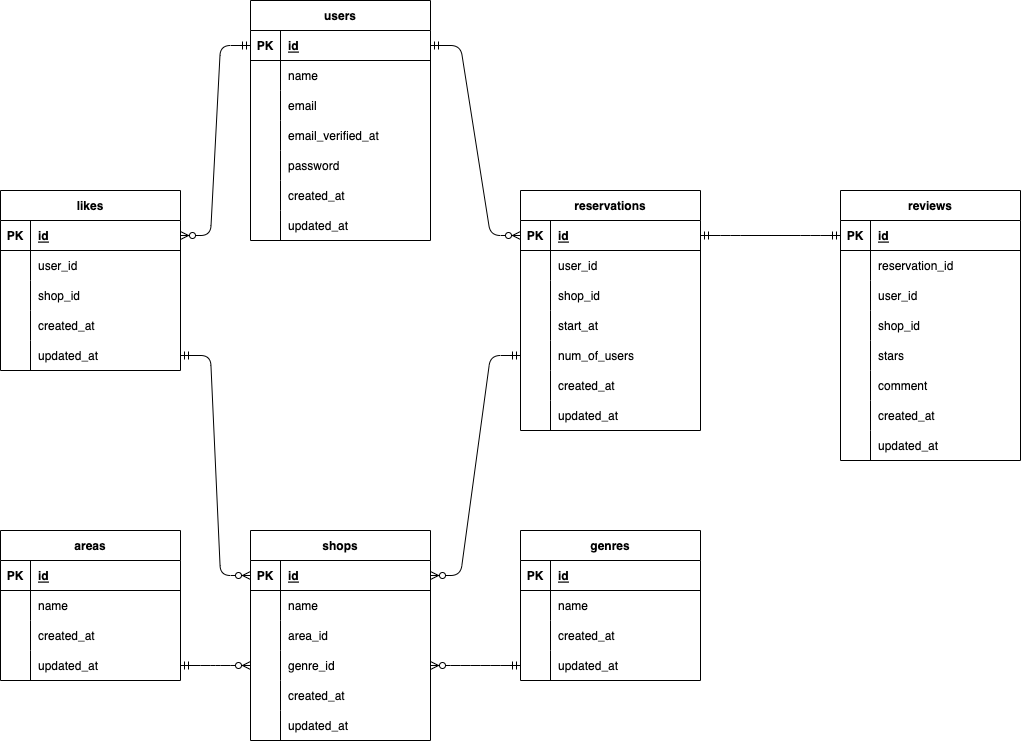
Above: advance-term-project.drawio.png in ameji1077/advance-term-project (draw.io), before the change. Source tidied: cells renumbered, new cells last; positions are measured from the earlier drawing's top-left corner, leaving out a move shared by most shapes.
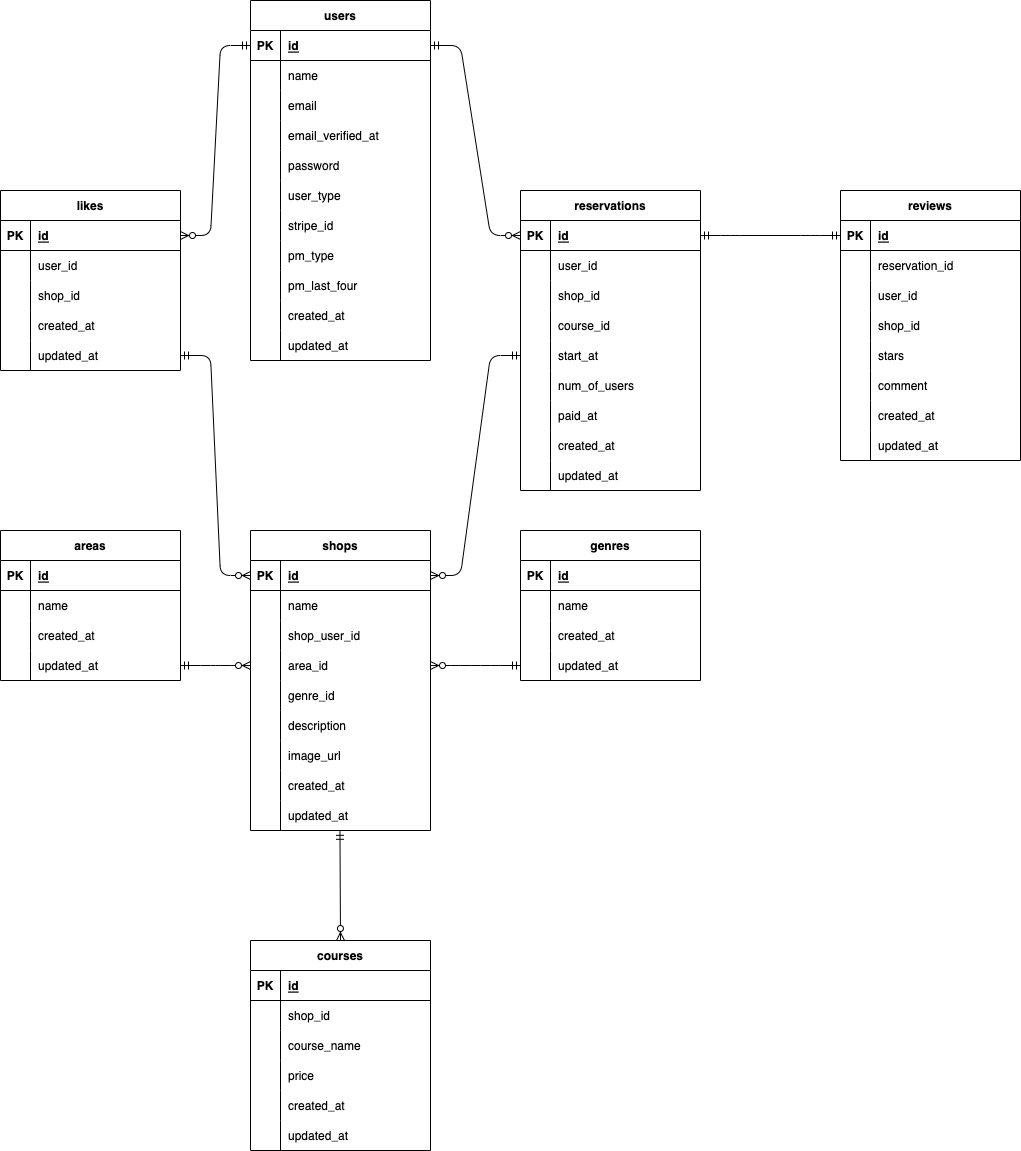
Above is the later version.

The edit, as a diff of the source:
```diff
@@ -53,3 +53,3 @@
     <mxCell id="18" value="users" style="shape=table;startSize=30;rowLines=0;fontStyle=1;align=center;" parent="1" vertex="1">
-      <mxGeometry x="250" width="180" height="240" as="geometry" />
+      <mxGeometry x="250" width="180" height="360" as="geometry" />
     </mxCell>
@@ -106,3 +106,3 @@
     </mxCell>
-    <mxCell id="36" value="created_at" style="shape=partialRectangle;fillColor=none;top=0;left=0;bottom=0;right=0;align=left;spacingLeft=6;overflow=hidden;" parent="34" vertex="1">
+    <mxCell id="36" value="user_type" style="shape=partialRectangle;fillColor=none;top=0;left=0;bottom=0;right=0;align=left;spacingLeft=6;overflow=hidden;" parent="34" vertex="1">
       <mxGeometry x="30" width="150" height="30" as="geometry" />
@@ -115,7 +115,43 @@
     </mxCell>
-    <mxCell id="39" value="updated_at" style="shape=partialRectangle;fillColor=none;top=0;left=0;bottom=0;right=0;align=left;spacingLeft=6;overflow=hidden;" parent="37" vertex="1">
+    <mxCell id="39" value="stripe_id" style="shape=partialRectangle;fillColor=none;top=0;left=0;bottom=0;right=0;align=left;spacingLeft=6;overflow=hidden;" parent="37" vertex="1">
       <mxGeometry x="30" width="150" height="30" as="geometry" />
     </mxCell>
+    <mxCell id="139" style="shape=tableRow;horizontal=0;startSize=0;swimlaneHead=0;swimlaneBody=0;fillColor=none;top=0;left=0;right=0;bottom=0;" parent="18" vertex="1">
+      <mxGeometry y="240" width="180" height="30" as="geometry" />
+    </mxCell>
+    <mxCell id="140" style="shape=partialRectangle;fillColor=none;top=0;left=0;bottom=0;right=0;overflow=hidden;" parent="139" vertex="1">
+      <mxGeometry width="30" height="30" as="geometry" />
+    </mxCell>
+    <mxCell id="141" value="pm_type" style="shape=partialRectangle;fillColor=none;top=0;left=0;bottom=0;right=0;align=left;spacingLeft=6;overflow=hidden;" parent="139" vertex="1">
+      <mxGeometry x="30" width="150" height="30" as="geometry" />
+    </mxCell>
+    <mxCell id="142" style="shape=tableRow;horizontal=0;startSize=0;swimlaneHead=0;swimlaneBody=0;fillColor=none;top=0;left=0;right=0;bottom=0;" parent="18" vertex="1">
+      <mxGeometry y="270" width="180" height="30" as="geometry" />
+    </mxCell>
+    <mxCell id="143" style="shape=partialRectangle;fillColor=none;top=0;left=0;bottom=0;right=0;overflow=hidden;" parent="142" vertex="1">
+      <mxGeometry width="30" height="30" as="geometry" />
+    </mxCell>
+    <mxCell id="144" value="pm_last_four" style="shape=partialRectangle;fillColor=none;top=0;left=0;bottom=0;right=0;align=left;spacingLeft=6;overflow=hidden;" parent="142" vertex="1">
+      <mxGeometry x="30" width="150" height="30" as="geometry" />
+    </mxCell>
+    <mxCell id="145" style="shape=tableRow;horizontal=0;startSize=0;swimlaneHead=0;swimlaneBody=0;fillColor=none;top=0;left=0;right=0;bottom=0;" parent="18" vertex="1">
+      <mxGeometry y="300" width="180" height="30" as="geometry" />
+    </mxCell>
+    <mxCell id="146" style="shape=partialRectangle;fillColor=none;top=0;left=0;bottom=0;right=0;overflow=hidden;" parent="145" vertex="1">
+      <mxGeometry width="30" height="30" as="geometry" />
+    </mxCell>
+    <mxCell id="147" value="created_at" style="shape=partialRectangle;fillColor=none;top=0;left=0;bottom=0;right=0;align=left;spacingLeft=6;overflow=hidden;" parent="145" vertex="1">
+      <mxGeometry x="30" width="150" height="30" as="geometry" />
+    </mxCell>
+    <mxCell id="148" style="shape=tableRow;horizontal=0;startSize=0;swimlaneHead=0;swimlaneBody=0;fillColor=none;top=0;left=0;right=0;bottom=0;" parent="18" vertex="1">
+      <mxGeometry y="330" width="180" height="30" as="geometry" />
+    </mxCell>
+    <mxCell id="149" style="shape=partialRectangle;fillColor=none;top=0;left=0;bottom=0;right=0;overflow=hidden;" parent="148" vertex="1">
+      <mxGeometry width="30" height="30" as="geometry" />
+    </mxCell>
+    <mxCell id="150" value="updated_at" style="shape=partialRectangle;fillColor=none;top=0;left=0;bottom=0;right=0;align=left;spacingLeft=6;overflow=hidden;" parent="148" vertex="1">
+      <mxGeometry x="30" width="150" height="30" as="geometry" />
+    </mxCell>
     <mxCell id="40" value="shops" style="shape=table;startSize=30;rowLines=0;fontStyle=1;align=center;" parent="1" vertex="1">
-      <mxGeometry x="250" y="530" width="180" height="210" as="geometry" />
+      <mxGeometry x="250" y="530" width="180" height="300" as="geometry" />
     </mxCell>
@@ -145,3 +181,3 @@
     </mxCell>
-    <mxCell id="49" value="area_id" style="shape=partialRectangle;fillColor=none;top=0;left=0;bottom=0;right=0;align=left;spacingLeft=6;overflow=hidden;" parent="47" vertex="1">
+    <mxCell id="49" value="shop_user_id" style="shape=partialRectangle;fillColor=none;top=0;left=0;bottom=0;right=0;align=left;spacingLeft=6;overflow=hidden;" parent="47" vertex="1">
       <mxGeometry x="30" width="150" height="30" as="geometry" />
@@ -154,3 +190,3 @@
     </mxCell>
-    <mxCell id="52" value="genre_id" style="shape=partialRectangle;fillColor=none;top=0;left=0;bottom=0;right=0;align=left;spacingLeft=6;overflow=hidden;" parent="50" vertex="1">
+    <mxCell id="52" value="area_id" style="shape=partialRectangle;fillColor=none;top=0;left=0;bottom=0;right=0;align=left;spacingLeft=6;overflow=hidden;" parent="50" vertex="1">
       <mxGeometry x="30" width="150" height="30" as="geometry" />
@@ -163,3 +199,3 @@
     </mxCell>
-    <mxCell id="55" value="created_at" style="shape=partialRectangle;fillColor=none;top=0;left=0;bottom=0;right=0;align=left;spacingLeft=6;overflow=hidden;" parent="53" vertex="1">
+    <mxCell id="55" value="genre_id" style="shape=partialRectangle;fillColor=none;top=0;left=0;bottom=0;right=0;align=left;spacingLeft=6;overflow=hidden;" parent="53" vertex="1">
       <mxGeometry x="30" width="150" height="30" as="geometry" />
@@ -172,5 +208,32 @@
     </mxCell>
-    <mxCell id="58" value="updated_at" style="shape=partialRectangle;fillColor=none;top=0;left=0;bottom=0;right=0;align=left;spacingLeft=6;overflow=hidden;" parent="56" vertex="1">
+    <mxCell id="58" value="description" style="shape=partialRectangle;fillColor=none;top=0;left=0;bottom=0;right=0;align=left;spacingLeft=6;overflow=hidden;" parent="56" vertex="1">
       <mxGeometry x="30" width="150" height="30" as="geometry" />
     </mxCell>
+    <mxCell id="151" style="shape=tableRow;horizontal=0;startSize=0;swimlaneHead=0;swimlaneBody=0;fillColor=none;top=0;left=0;right=0;bottom=0;" parent="40" vertex="1">
+      <mxGeometry y="210" width="180" height="30" as="geometry" />
+    </mxCell>
+    <mxCell id="152" style="shape=partialRectangle;fillColor=none;top=0;left=0;bottom=0;right=0;overflow=hidden;" parent="151" vertex="1">
+      <mxGeometry width="30" height="30" as="geometry" />
+    </mxCell>
+    <mxCell id="153" value="image_url" style="shape=partialRectangle;fillColor=none;top=0;left=0;bottom=0;right=0;align=left;spacingLeft=6;overflow=hidden;" parent="151" vertex="1">
+      <mxGeometry x="30" width="150" height="30" as="geometry" />
+    </mxCell>
+    <mxCell id="154" style="shape=tableRow;horizontal=0;startSize=0;swimlaneHead=0;swimlaneBody=0;fillColor=none;top=0;left=0;right=0;bottom=0;" parent="40" vertex="1">
+      <mxGeometry y="240" width="180" height="30" as="geometry" />
+    </mxCell>
+    <mxCell id="155" style="shape=partialRectangle;fillColor=none;top=0;left=0;bottom=0;right=0;overflow=hidden;" parent="154" vertex="1">
+      <mxGeometry width="30" height="30" as="geometry" />
+    </mxCell>
+    <mxCell id="156" value="created_at" style="shape=partialRectangle;fillColor=none;top=0;left=0;bottom=0;right=0;align=left;spacingLeft=6;overflow=hidden;" parent="154" vertex="1">
+      <mxGeometry x="30" width="150" height="30" as="geometry" />
+    </mxCell>
+    <mxCell id="157" style="shape=tableRow;horizontal=0;startSize=0;swimlaneHead=0;swimlaneBody=0;fillColor=none;points=[[0,0.5],[1,0.5]];portConstraint=eastwest;top=0;left=0;right=0;bottom=0;" parent="40" vertex="1">
+      <mxGeometry y="270" width="180" height="30" as="geometry" />
+    </mxCell>
+    <mxCell id="158" style="shape=partialRectangle;fillColor=none;top=0;left=0;bottom=0;right=0;overflow=hidden;" parent="157" vertex="1">
+      <mxGeometry width="30" height="30" as="geometry" />
+    </mxCell>
+    <mxCell id="159" value="updated_at" style="shape=partialRectangle;fillColor=none;top=0;left=0;bottom=0;right=0;align=left;spacingLeft=6;overflow=hidden;" parent="157" vertex="1">
+      <mxGeometry x="30" width="150" height="30" as="geometry" />
+    </mxCell>
     <mxCell id="59" value="areas" style="shape=table;startSize=30;rowLines=0;fontStyle=1;align=center;" parent="1" vertex="1">
@@ -215,3 +278,3 @@
     <mxCell id="72" value="reservations" style="shape=table;startSize=30;rowLines=0;fontStyle=1;align=center;" parent="1" vertex="1">
-      <mxGeometry x="520" y="190" width="180" height="240" as="geometry" />
+      <mxGeometry x="520" y="190" width="180" height="300" as="geometry" />
     </mxCell>
@@ -250,3 +313,3 @@
     </mxCell>
-    <mxCell id="84" value="start_at" style="shape=partialRectangle;fillColor=none;top=0;left=0;bottom=0;right=0;align=left;spacingLeft=6;overflow=hidden;" parent="82" vertex="1">
+    <mxCell id="84" value="course_id" style="shape=partialRectangle;fillColor=none;top=0;left=0;bottom=0;right=0;align=left;spacingLeft=6;overflow=hidden;" parent="82" vertex="1">
       <mxGeometry x="30" width="150" height="30" as="geometry" />
@@ -259,3 +322,3 @@
     </mxCell>
-    <mxCell id="87" value="num_of_users" style="shape=partialRectangle;fillColor=none;top=0;left=0;bottom=0;right=0;align=left;spacingLeft=6;overflow=hidden;" parent="85" vertex="1">
+    <mxCell id="87" value="start_at" style="shape=partialRectangle;fillColor=none;top=0;left=0;bottom=0;right=0;align=left;spacingLeft=6;overflow=hidden;" parent="85" vertex="1">
       <mxGeometry x="30" width="150" height="30" as="geometry" />
@@ -268,3 +331,3 @@
     </mxCell>
-    <mxCell id="90" value="created_at" style="shape=partialRectangle;fillColor=none;top=0;left=0;bottom=0;right=0;align=left;spacingLeft=6;overflow=hidden;" parent="88" vertex="1">
+    <mxCell id="90" value="num_of_users" style="shape=partialRectangle;fillColor=none;top=0;left=0;bottom=0;right=0;align=left;spacingLeft=6;overflow=hidden;" parent="88" vertex="1">
       <mxGeometry x="30" width="150" height="30" as="geometry" />
@@ -277,5 +340,23 @@
     </mxCell>
-    <mxCell id="93" value="updated_at" style="shape=partialRectangle;fillColor=none;top=0;left=0;bottom=0;right=0;align=left;spacingLeft=6;overflow=hidden;" parent="91" vertex="1">
+    <mxCell id="93" value="paid_at" style="shape=partialRectangle;fillColor=none;top=0;left=0;bottom=0;right=0;align=left;spacingLeft=6;overflow=hidden;" parent="91" vertex="1">
       <mxGeometry x="30" width="150" height="30" as="geometry" />
     </mxCell>
+    <mxCell id="160" style="shape=tableRow;horizontal=0;startSize=0;swimlaneHead=0;swimlaneBody=0;fillColor=none;top=0;left=0;right=0;bottom=0;" parent="72" vertex="1">
+      <mxGeometry y="240" width="180" height="30" as="geometry" />
+    </mxCell>
+    <mxCell id="161" style="shape=partialRectangle;fillColor=none;top=0;left=0;bottom=0;right=0;overflow=hidden;" parent="160" vertex="1">
+      <mxGeometry width="30" height="30" as="geometry" />
+    </mxCell>
+    <mxCell id="162" value="created_at" style="shape=partialRectangle;fillColor=none;top=0;left=0;bottom=0;right=0;align=left;spacingLeft=6;overflow=hidden;" parent="160" vertex="1">
+      <mxGeometry x="30" width="150" height="30" as="geometry" />
+    </mxCell>
+    <mxCell id="163" style="shape=tableRow;horizontal=0;startSize=0;swimlaneHead=0;swimlaneBody=0;fillColor=none;top=0;left=0;right=0;bottom=0;" parent="72" vertex="1">
+      <mxGeometry y="270" width="180" height="30" as="geometry" />
+    </mxCell>
+    <mxCell id="164" style="shape=partialRectangle;fillColor=none;top=0;left=0;bottom=0;right=0;overflow=hidden;" parent="163" vertex="1">
+      <mxGeometry width="30" height="30" as="geometry" />
+    </mxCell>
+    <mxCell id="165" value="updated_at" style="shape=partialRectangle;fillColor=none;top=0;left=0;bottom=0;right=0;align=left;spacingLeft=6;overflow=hidden;" parent="163" vertex="1">
+      <mxGeometry x="30" width="150" height="30" as="geometry" />
+    </mxCell>
     <mxCell id="94" value="genres" style="shape=table;startSize=30;rowLines=0;fontStyle=1;align=center;" parent="1" vertex="1">
@@ -415,2 +496,62 @@
     </mxCell>
+    <mxCell id="166" value="courses" style="shape=table;startSize=30;rowLines=0;fontStyle=1;align=center;" parent="1" vertex="1">
+      <mxGeometry x="250" y="940" width="180" height="210" as="geometry" />
+    </mxCell>
+    <mxCell id="167" style="shape=tableRow;horizontal=0;startSize=0;swimlaneHead=0;swimlaneBody=0;fillColor=none;top=0;left=0;right=0;bottom=1;" parent="166" vertex="1">
+      <mxGeometry y="30" width="180" height="30" as="geometry" />
+    </mxCell>
+    <mxCell id="168" value="PK" style="shape=partialRectangle;fillColor=none;top=0;left=0;bottom=0;right=0;fontStyle=1;overflow=hidden;" parent="167" vertex="1">
+      <mxGeometry width="30" height="30" as="geometry" />
+    </mxCell>
+    <mxCell id="169" value="id" style="shape=partialRectangle;fillColor=none;top=0;left=0;bottom=0;right=0;align=left;spacingLeft=6;fontStyle=5;overflow=hidden;" parent="167" vertex="1">
+      <mxGeometry x="30" width="150" height="30" as="geometry" />
+    </mxCell>
+    <mxCell id="170" style="shape=tableRow;horizontal=0;startSize=0;swimlaneHead=0;swimlaneBody=0;fillColor=none;top=0;left=0;right=0;bottom=0;" parent="166" vertex="1">
+      <mxGeometry y="60" width="180" height="30" as="geometry" />
+    </mxCell>
+    <mxCell id="171" style="shape=partialRectangle;fillColor=none;top=0;left=0;bottom=0;right=0;overflow=hidden;" parent="170" vertex="1">
+      <mxGeometry width="30" height="30" as="geometry" />
+    </mxCell>
+    <mxCell id="172" value="shop_id" style="shape=partialRectangle;fillColor=none;top=0;left=0;bottom=0;right=0;align=left;spacingLeft=6;overflow=hidden;" parent="170" vertex="1">
+      <mxGeometry x="30" width="150" height="30" as="geometry" />
+    </mxCell>
+    <mxCell id="173" style="shape=tableRow;horizontal=0;startSize=0;swimlaneHead=0;swimlaneBody=0;fillColor=none;top=0;left=0;right=0;bottom=0;" parent="166" vertex="1">
+      <mxGeometry y="90" width="180" height="30" as="geometry" />
+    </mxCell>
+    <mxCell id="174" style="shape=partialRectangle;fillColor=none;top=0;left=0;bottom=0;right=0;overflow=hidden;" parent="173" vertex="1">
+      <mxGeometry width="30" height="30" as="geometry" />
+    </mxCell>
+    <mxCell id="175" value="course_name" style="shape=partialRectangle;fillColor=none;top=0;left=0;bottom=0;right=0;align=left;spacingLeft=6;overflow=hidden;" parent="173" vertex="1">
+      <mxGeometry x="30" width="150" height="30" as="geometry" />
+    </mxCell>
+    <mxCell id="176" style="shape=tableRow;horizontal=0;startSize=0;swimlaneHead=0;swimlaneBody=0;fillColor=none;top=0;left=0;right=0;bottom=0;" parent="166" vertex="1">
+      <mxGeometry y="120" width="180" height="30" as="geometry" />
+    </mxCell>
+    <mxCell id="177" style="shape=partialRectangle;fillColor=none;top=0;left=0;bottom=0;right=0;overflow=hidden;" parent="176" vertex="1">
+      <mxGeometry width="30" height="30" as="geometry" />
+    </mxCell>
+    <mxCell id="178" value="price" style="shape=partialRectangle;fillColor=none;top=0;left=0;bottom=0;right=0;align=left;spacingLeft=6;overflow=hidden;" parent="176" vertex="1">
+      <mxGeometry x="30" width="150" height="30" as="geometry" />
+    </mxCell>
+    <mxCell id="179" style="shape=tableRow;horizontal=0;startSize=0;swimlaneHead=0;swimlaneBody=0;fillColor=none;top=0;left=0;right=0;bottom=0;" parent="166" vertex="1">
+      <mxGeometry y="150" width="180" height="30" as="geometry" />
+    </mxCell>
+    <mxCell id="180" style="shape=partialRectangle;fillColor=none;top=0;left=0;bottom=0;right=0;overflow=hidden;" parent="179" vertex="1">
+      <mxGeometry width="30" height="30" as="geometry" />
+    </mxCell>
+    <mxCell id="181" value="created_at" style="shape=partialRectangle;fillColor=none;top=0;left=0;bottom=0;right=0;align=left;spacingLeft=6;overflow=hidden;" parent="179" vertex="1">
+      <mxGeometry x="30" width="150" height="30" as="geometry" />
+    </mxCell>
+    <mxCell id="182" style="shape=tableRow;horizontal=0;startSize=0;swimlaneHead=0;swimlaneBody=0;fillColor=none;top=0;left=0;right=0;bottom=0;" parent="166" vertex="1">
+      <mxGeometry y="180" width="180" height="30" as="geometry" />
+    </mxCell>
+    <mxCell id="183" style="shape=partialRectangle;fillColor=none;top=0;left=0;bottom=0;right=0;overflow=hidden;" parent="182" vertex="1">
+      <mxGeometry width="30" height="30" as="geometry" />
+    </mxCell>
+    <mxCell id="184" value="updated_at" style="shape=partialRectangle;fillColor=none;top=0;left=0;bottom=0;right=0;align=left;spacingLeft=6;overflow=hidden;" parent="182" vertex="1">
+      <mxGeometry x="30" width="150" height="30" as="geometry" />
+    </mxCell>
+    <mxCell id="185" style="fontSize=12;html=1;endArrow=ERzeroToMany;startArrow=ERmandOne;exitX=0.497;exitY=1.027;exitDx=0;exitDy=0;exitPerimeter=0;entryX=0.5;entryY=0;entryDx=0;entryDy=0;" parent="1" edge="1" source="157" target="166">
+      <mxGeometry relative="1" as="geometry" />
+    </mxCell>
   </root>
```
